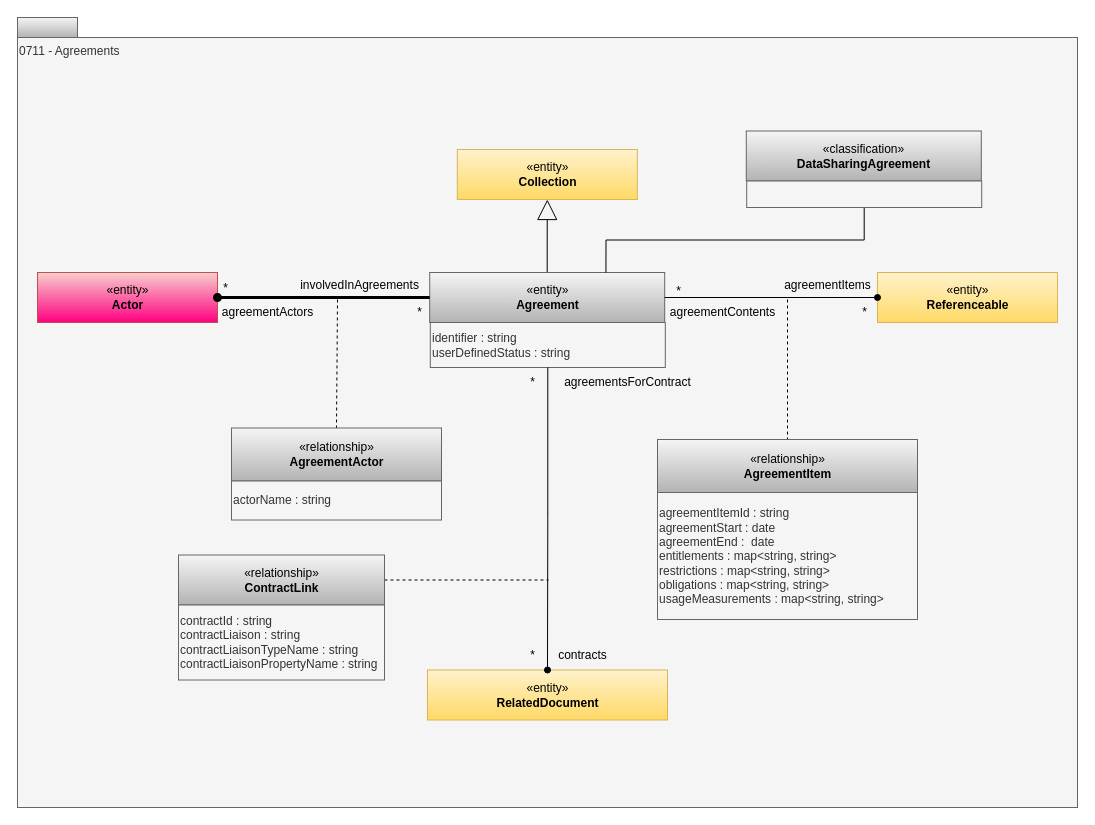
Earlier version of the draw.io diagram page "0711-Agreements" (3 of 18) of site/docs/types/7/area-7-lineage.drawio (odpi/egeria-docs). Source tidied: cells renumbered, new cells numbered last; positions are measured from the earlier drawing's top-left corner, leaving out a move shared by most shapes. Both pictures are drawn from the tidied source at 100%, with x=0, y=0 at pixel (17, 17).
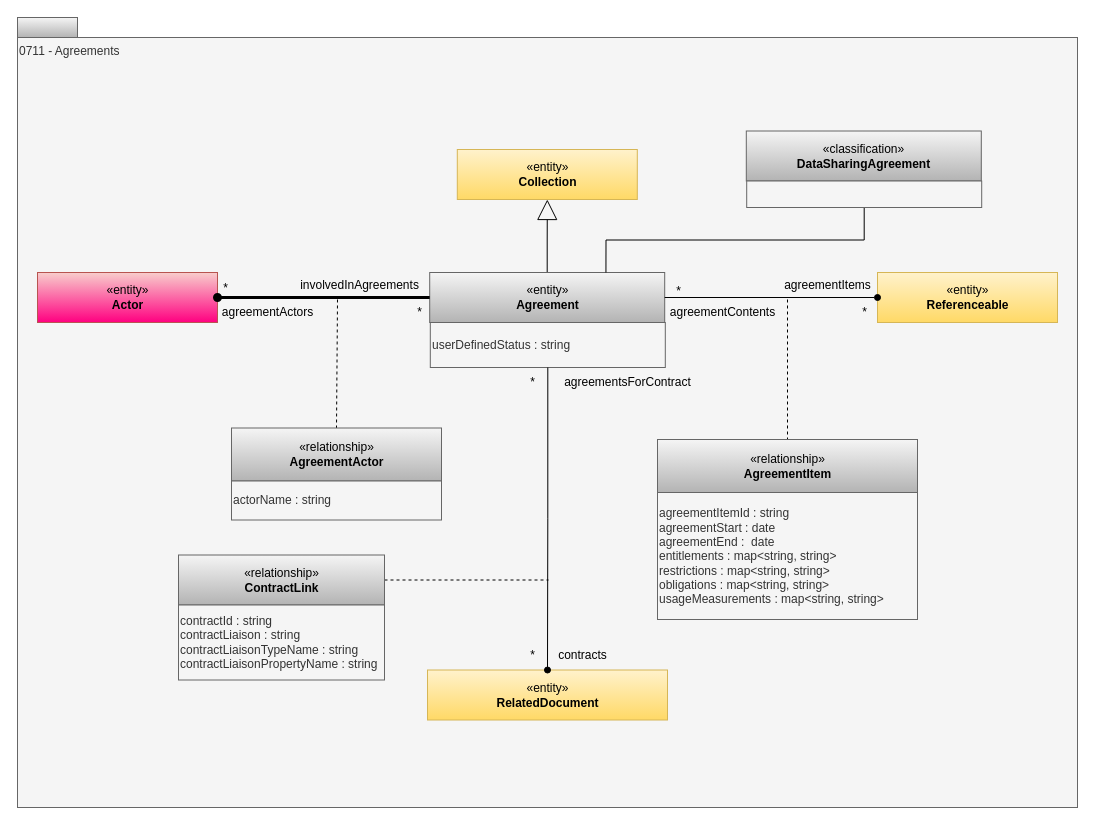
The same diagram, later.

What changed in the source:
```diff
@@
-    <mxCell id="11" value="identifier : string&lt;div&gt;userDefinedStatus : string&lt;/div&gt;" style="rounded=0;whiteSpace=wrap;html=1;strokeColor=#666666;align=left;fillColor=#f5f5f5;fontColor=#333333;" parent="1" vertex="1">
+    <mxCell id="11" value="&lt;div&gt;userDefinedStatus : string&lt;/div&gt;" style="rounded=0;whiteSpace=wrap;html=1;strokeColor=#666666;align=left;fillColor=#f5f5f5;fontColor=#333333;" parent="1" vertex="1">
       <mxGeometry x="412.8" y="305" width="235" height="45" as="geometry" />
     </mxCell>
```
